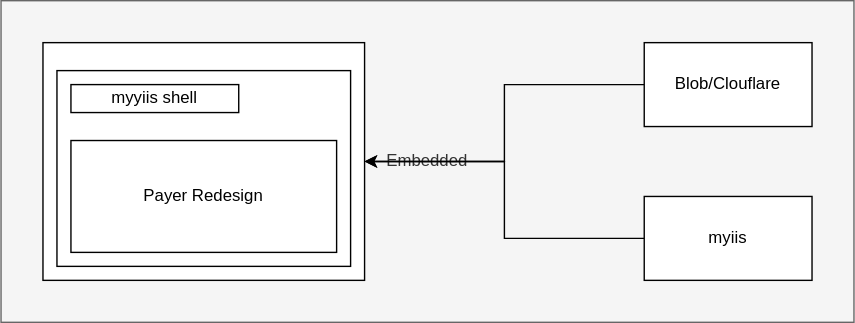
The draw.io diagram payerredesignOption1.svg in vjavle/invoicecloud, before a commit. Source tidied: cells renumbered, new cells last; positions are measured from the earlier drawing's top-left corner, leaving out a move shared by most shapes.
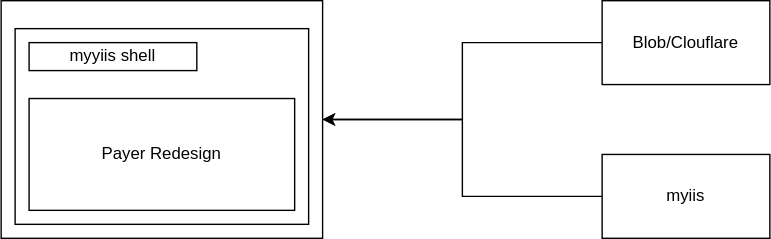
After the commit.

The edit, as a diff of the source:
```diff
@@ -2,9 +2,6 @@
   <root>
     <mxCell id="0" />
     <mxCell id="1" parent="0" />
-    <mxCell id="2" value="Embedded" style="rounded=0;whiteSpace=wrap;html=1;fillColor=#f5f5f5;fontColor=#333333;strokeColor=#666666;" parent="1" vertex="1">
-      <mxGeometry width="610" height="230" as="geometry" />
-    </mxCell>
     <mxCell id="3" style="edgeStyle=orthogonalEdgeStyle;rounded=0;jettySize=auto;html=1;entryX=1;entryY=0.5;entryDx=0;entryDy=0;" parent="1" edge="1" source="4" target="7">
       <mxGeometry relative="1" as="geometry" />
     </mxCell>
```
